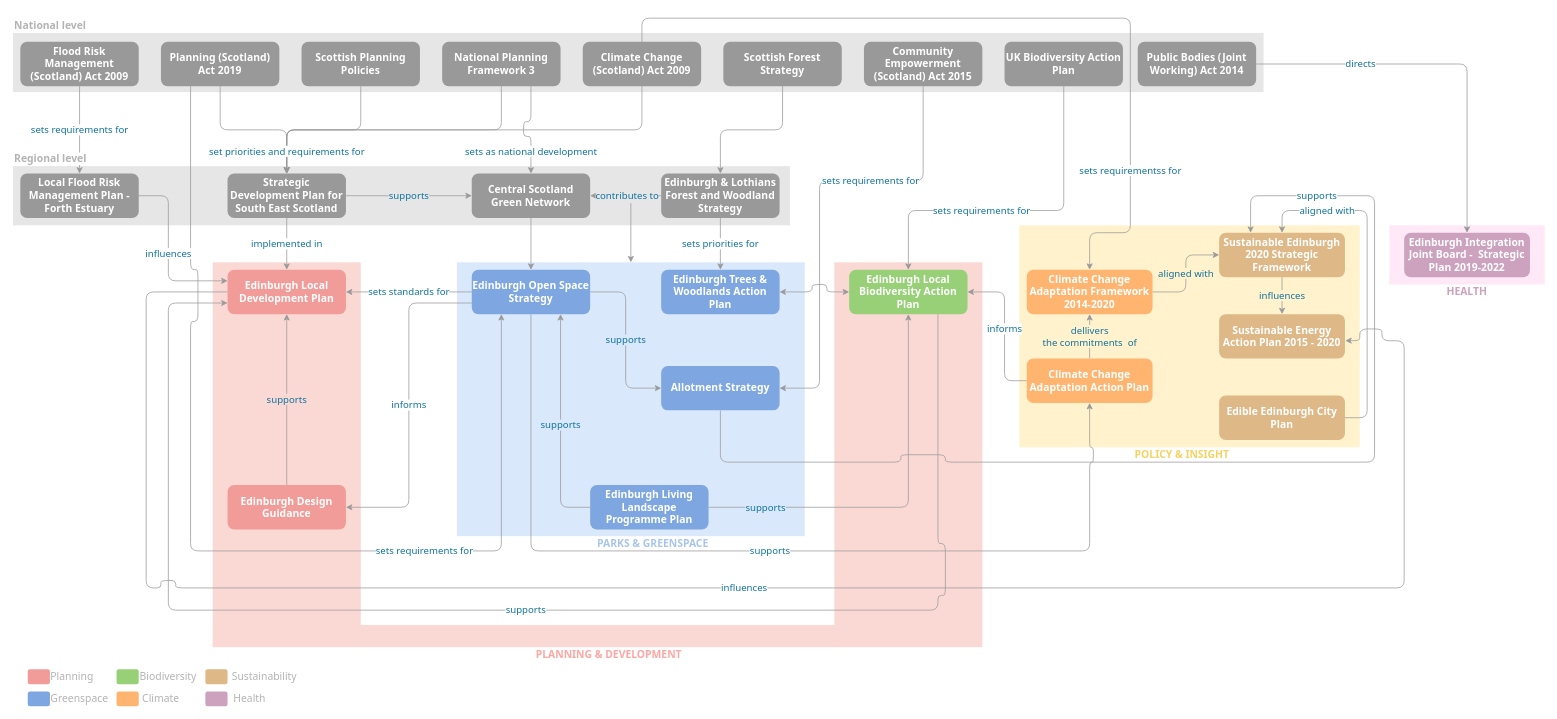
Earlier version of the draw.io diagram DocsMap.drawio (nadasaidi/automatic-funicular). Source tidied: cells renumbered, new cells numbered last; positions are measured from the earlier drawing's top-left corner, leaving out a move shared by most shapes. Both pictures are drawn from the tidied source at 74%, with x=0, y=0 at pixel (13, 18).
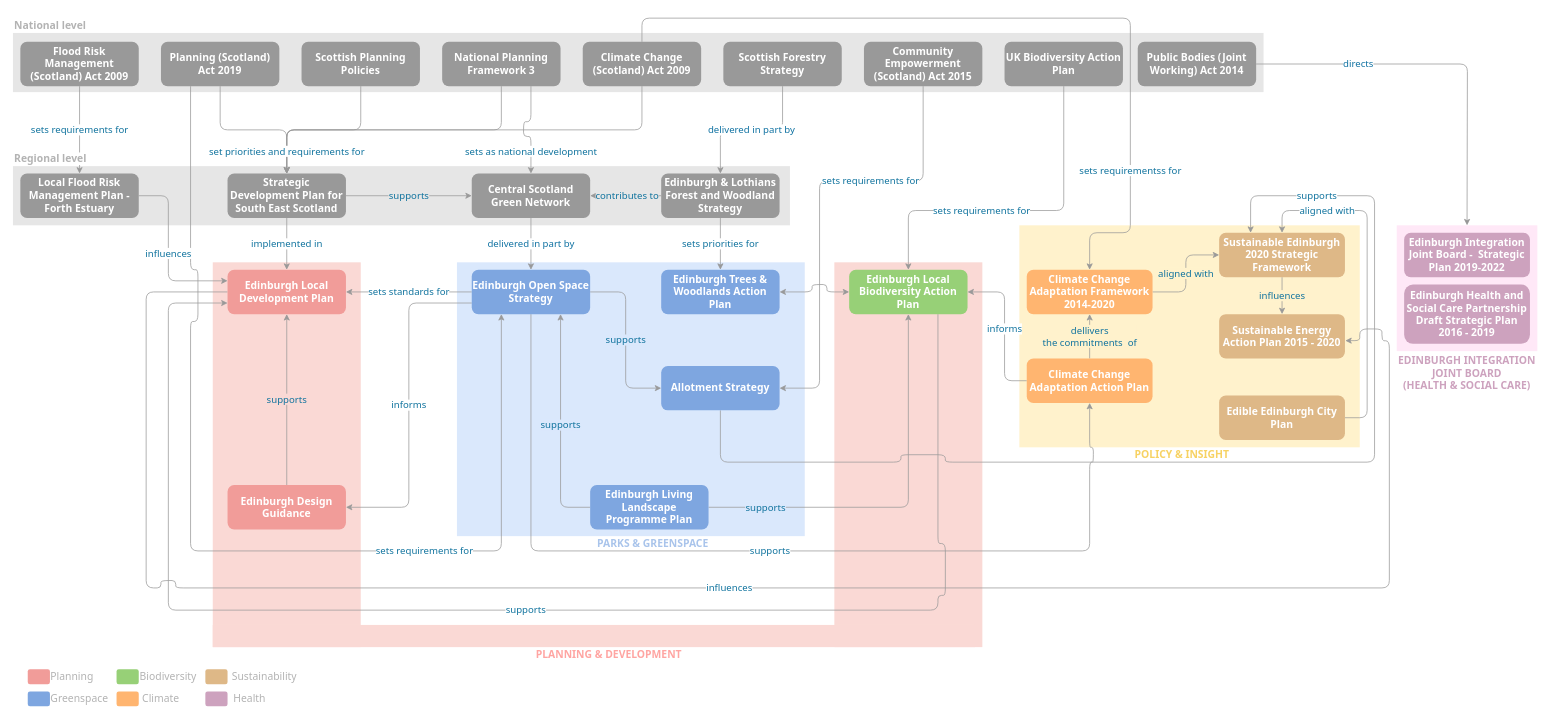
The same diagram, later.

Unchanged cells that the change refers to:
```xml
<mxCell id="9" style="rounded=0;whiteSpace=wrap;html=1;fillColor=#DAE8FC;fontFamily=Tahoma;fontSize=13;strokeColor=none;" parent="1" vertex="1">
  <mxGeometry x="600" y="330" width="470" height="370" as="geometry" />
</mxCell>
<mxCell id="35" value="Central Scotland Green Network" style="rounded=1;fillColor=#999999;strokeColor=none;fontColor=#FFFFFF;fontStyle=1;fontFamily=Tahoma;fontSize=14;whiteSpace=wrap;" parent="1" vertex="1">
  <mxGeometry x="620" y="210" width="160" height="60" as="geometry" />
</mxCell>
<mxCell id="38" value="Edinburgh &amp; Lothians Forest and Woodland Strategy" style="rounded=1;fillColor=#999999;strokeColor=none;fontColor=#FFFFFF;fontStyle=1;fontFamily=Tahoma;fontSize=14;whiteSpace=wrap;" parent="1" vertex="1">
  <mxGeometry x="876" y="210" width="160" height="60" as="geometry" />
</mxCell>
<mxCell id="40" value="Edinburgh Local Development Plan" style="rounded=1;fillColor=#F19C99;strokeColor=none;fontColor=#FFFFFF;fontStyle=1;fontFamily=Tahoma;fontSize=14;whiteSpace=wrap;" parent="1" vertex="1">
  <mxGeometry x="290" y="340" width="160" height="60" as="geometry" />
</mxCell>
<mxCell id="45" value="Edinburgh Open Space Strategy" style="rounded=1;fillColor=#7EA6E0;strokeColor=none;fontColor=#FFFFFF;fontStyle=1;fontFamily=Tahoma;fontSize=14;whiteSpace=wrap;" parent="1" vertex="1">
  <mxGeometry x="620" y="340" width="160" height="60" as="geometry" />
</mxCell>
<mxCell id="62" value="Sustainable Energy Action Plan 2015 - 2020" style="rounded=1;strokeColor=none;fontColor=#FFFFFF;fontStyle=1;fontFamily=Tahoma;fontSize=14;whiteSpace=wrap;fillColor=#DEB887;" parent="1" vertex="1">
  <mxGeometry x="1630" y="400" width="170" height="60" as="geometry" />
</mxCell>
<mxCell id="85" value="Edinburgh Integration Joint Board -  Strategic Plan 2019-2022" style="rounded=1;strokeColor=none;fontColor=#FFFFFF;fontStyle=1;fontFamily=Tahoma;fontSize=14;whiteSpace=wrap;fillColor=#CDA2BE;" parent="1" vertex="1">
  <mxGeometry x="1880" y="290" width="170" height="60" as="geometry" />
</mxCell>
<mxCell id="87" value="Public Bodies (Joint&#10;Working) Act 2014" style="rounded=1;fillColor=#999999;strokeColor=none;fontColor=#FFFFFF;fontStyle=1;fontFamily=Tahoma;fontSize=14;whiteSpace=wrap;" parent="1" vertex="1">
  <mxGeometry x="1520" y="32" width="160" height="60" as="geometry" />
</mxCell>
```

The edit, as a diff of the source:
```diff
@@
     <mxCell id="2" style="rounded=0;whiteSpace=wrap;html=1;fontFamily=Tahoma;fontSize=13;strokeColor=none;fillColor=#ffe8f7;" parent="1" vertex="1">
-      <mxGeometry x="1860" y="280" width="210" height="80" as="geometry" />
+      <mxGeometry x="1870" y="280" width="190" height="170" as="geometry" />
     </mxCell>
@@
-    <mxCell id="8" style="edgeStyle=orthogonalEdgeStyle;jettySize=auto;html=1;labelBackgroundColor=#FFF2CC;startArrow=classic;startFill=1;endArrow=none;endFill=0;strokeColor=#999999;fontFamily=Tahoma;fontSize=14;fontColor=#F7D263;" parent="1" edge="1" source="9">
-      <mxGeometry relative="1" as="geometry">
-        <mxPoint x="835" y="250" as="targetPoint" />
-      </mxGeometry>
-    </mxCell>
@@
-    <mxCell id="23" style="edgeStyle=orthogonalEdgeStyle;jettySize=auto;html=1;exitX=0.5;exitY=1;exitDx=0;exitDy=0;strokeColor=#999999;" parent="1" edge="1" source="24" target="38">
+    <mxCell id="23" value="delivered in part by" style="edgeStyle=orthogonalEdgeStyle;jettySize=auto;html=1;exitX=0.5;exitY=1;exitDx=0;exitDy=0;strokeColor=#999999;fontFamily=Tahoma;fontColor=#1072A2;fontSize=13;" parent="1" edge="1" source="24" target="38">
       <mxGeometry relative="1" as="geometry" />
     </mxCell>
-    <mxCell id="24" value="Scottish Forest Strategy" style="rounded=1;fillColor=#999999;strokeColor=none;fontColor=#FFFFFF;fontStyle=1;fontFamily=Tahoma;fontSize=14;whiteSpace=wrap;" parent="1" vertex="1">
+    <mxCell id="24" value="Scottish Forestry Strategy" style="rounded=1;fillColor=#999999;strokeColor=none;fontColor=#FFFFFF;fontStyle=1;fontFamily=Tahoma;fontSize=14;whiteSpace=wrap;" parent="1" vertex="1">
       <mxGeometry x="960" y="32" width="160" height="60" as="geometry" />
     </mxCell>
@@
-    <mxCell id="34" style="edgeStyle=orthogonalEdgeStyle;jettySize=auto;html=1;exitX=0.5;exitY=1;exitDx=0;exitDy=0;entryX=0.5;entryY=0;entryDx=0;entryDy=0;strokeColor=#999999;" parent="1" edge="1" source="35" target="45">
+    <mxCell id="34" value="delivered in part by" style="edgeStyle=orthogonalEdgeStyle;jettySize=auto;html=1;exitX=0.5;exitY=1;exitDx=0;exitDy=0;entryX=0.5;entryY=0;entryDx=0;entryDy=0;strokeColor=#999999;fontFamily=Tahoma;fontSize=13;fontColor=#1072A2;" parent="1" edge="1" source="35" target="45">
       <mxGeometry relative="1" as="geometry" />
     </mxCell>
@@
     <mxCell id="39" value="influences" style="edgeStyle=orthogonalEdgeStyle;jettySize=auto;html=1;exitX=0;exitY=0.5;exitDx=0;exitDy=0;startFill=0;strokeColor=#999999;entryX=1.003;entryY=0.597;entryDx=0;entryDy=0;entryPerimeter=0;fontColor=#10739E;fontFamily=Tahoma;fontSize=13;" parent="1" edge="1" source="40" target="62">
       <mxGeometry relative="1" as="geometry">
         <Array as="points">
           <mxPoint x="180" y="370" />
           <mxPoint x="180" y="770" />
           <mxPoint x="200" y="770" />
           <mxPoint x="200" y="760" />
           <mxPoint x="220" y="760" />
           <mxPoint x="220" y="770" />
-          <mxPoint x="1880" y="770" />
-          <mxPoint x="1880" y="436" />
+          <mxPoint x="1860" y="770" />
+          <mxPoint x="1860" y="436" />
           <mxPoint x="1850" y="436" />
           <mxPoint x="1850" y="420" />
           <mxPoint x="1820" y="420" />
           <mxPoint x="1820" y="436" />
         </Array>
       </mxGeometry>
     </mxCell>
@@
-    <mxCell id="86" value="&lt;font style=&quot;font-size: 13px&quot; face=&quot;Tahoma&quot; color=&quot;#1072a2&quot;&gt;directs&lt;/font&gt;" style="edgeStyle=orthogonalEdgeStyle;rounded=1;jettySize=auto;html=1;exitX=1;exitY=0.5;exitDx=0;exitDy=0;strokeColor=#969696;" parent="1" edge="1" source="87" target="85">
-      <mxGeometry x="-0.45" relative="1" as="geometry" />
+    <mxCell id="86" value="&lt;font style=&quot;font-size: 13px&quot; face=&quot;Tahoma&quot; color=&quot;#1072a2&quot;&gt;directs&lt;/font&gt;" style="edgeStyle=orthogonalEdgeStyle;rounded=1;jettySize=auto;html=1;exitX=1;exitY=0.5;exitDx=0;exitDy=0;strokeColor=#969696;" parent="1" edge="1" source="87">
+      <mxGeometry x="-0.45" relative="1" as="geometry">
+        <mxPoint x="1965" y="280" as="targetPoint" />
+      </mxGeometry>
     </mxCell>
@@
-    <mxCell id="88" value="HEALTH" style="text;html=1;strokeColor=none;fillColor=none;align=center;verticalAlign=middle;whiteSpace=wrap;rounded=0;fontFamily=Tahoma;fontSize=14;fontStyle=1;fontColor=#CDA2BE;" parent="1" vertex="1">
-      <mxGeometry x="1895" y="360" width="140" height="20" as="geometry" />
+    <mxCell id="88" value="&lt;p&gt;&lt;/p&gt;&lt;p&gt;EDINBURGH INTEGRATION JOINT BOARD&lt;br&gt; (HEALTH &amp;amp; SOCIAL CARE)&lt;/p&gt;" style="text;html=1;strokeColor=none;fillColor=none;align=center;verticalAlign=middle;whiteSpace=wrap;rounded=0;fontFamily=Tahoma;fontSize=14;fontStyle=1;fontColor=#CDA2BE;" parent="1" vertex="1">
+      <mxGeometry x="1865" y="470" width="200" height="20" as="geometry" />
     </mxCell>
+    <mxCell id="89" value="Edinburgh Health and Social Care Partnership Draft Strategic Plan&#10;2016 - 2019" style="rounded=1;strokeColor=none;fontColor=#FFFFFF;fontStyle=1;fontFamily=Tahoma;fontSize=14;whiteSpace=wrap;fillColor=#CDA2BE;" parent="1" vertex="1">
+      <mxGeometry x="1880" y="360" width="170" height="80" as="geometry" />
+    </mxCell>
```
